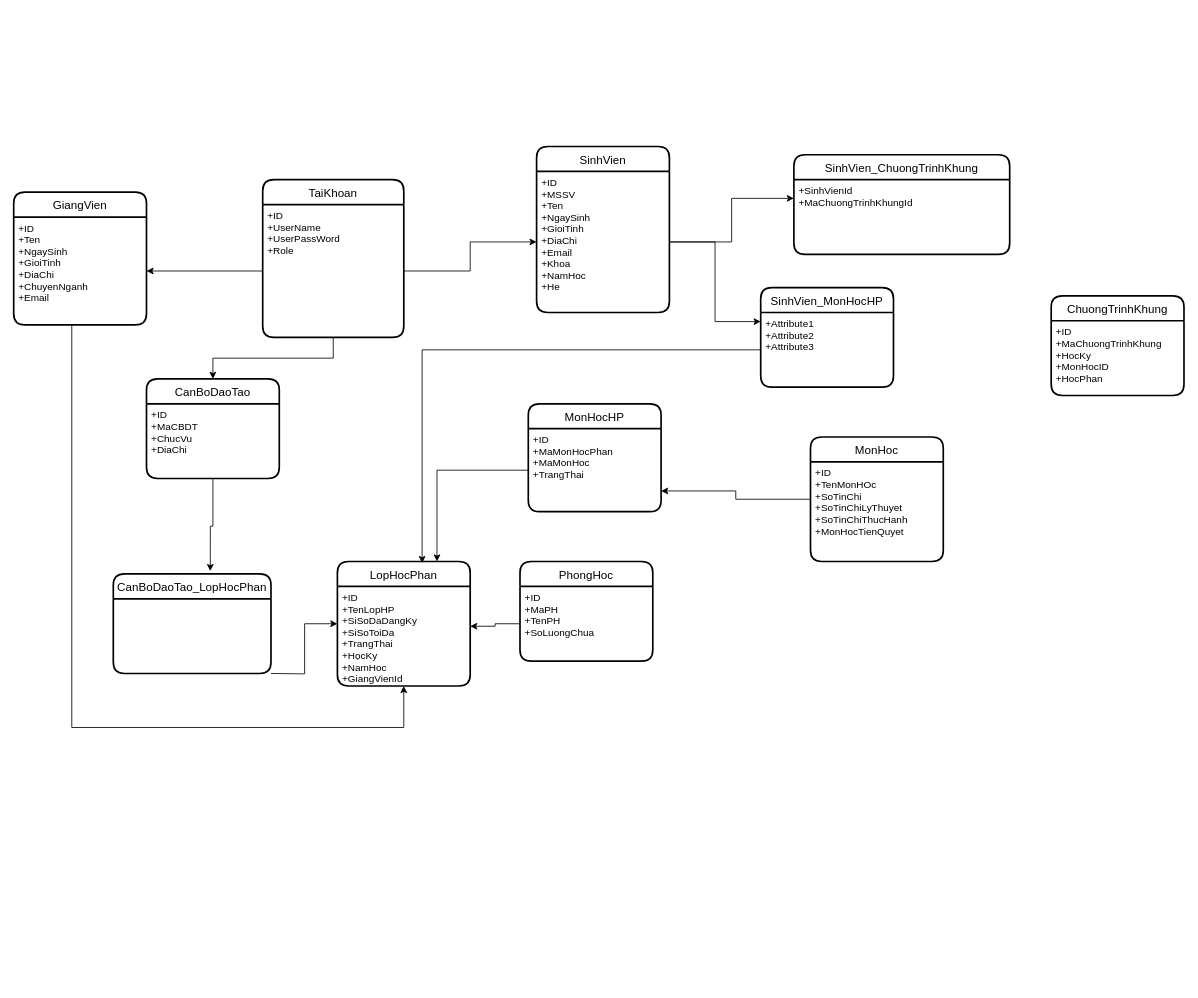
TruongDangQuang1998/PTUD keeps this draw.io diagram as 20201110Class.drawio. Above is the earlier version. Source tidied: cells renumbered, new cells numbered last; positions are measured from the earlier drawing's top-left corner, leaving out a move shared by most shapes. Both pictures are drawn from the tidied source at 83%, with x=0, y=0 at pixel (13, 146).
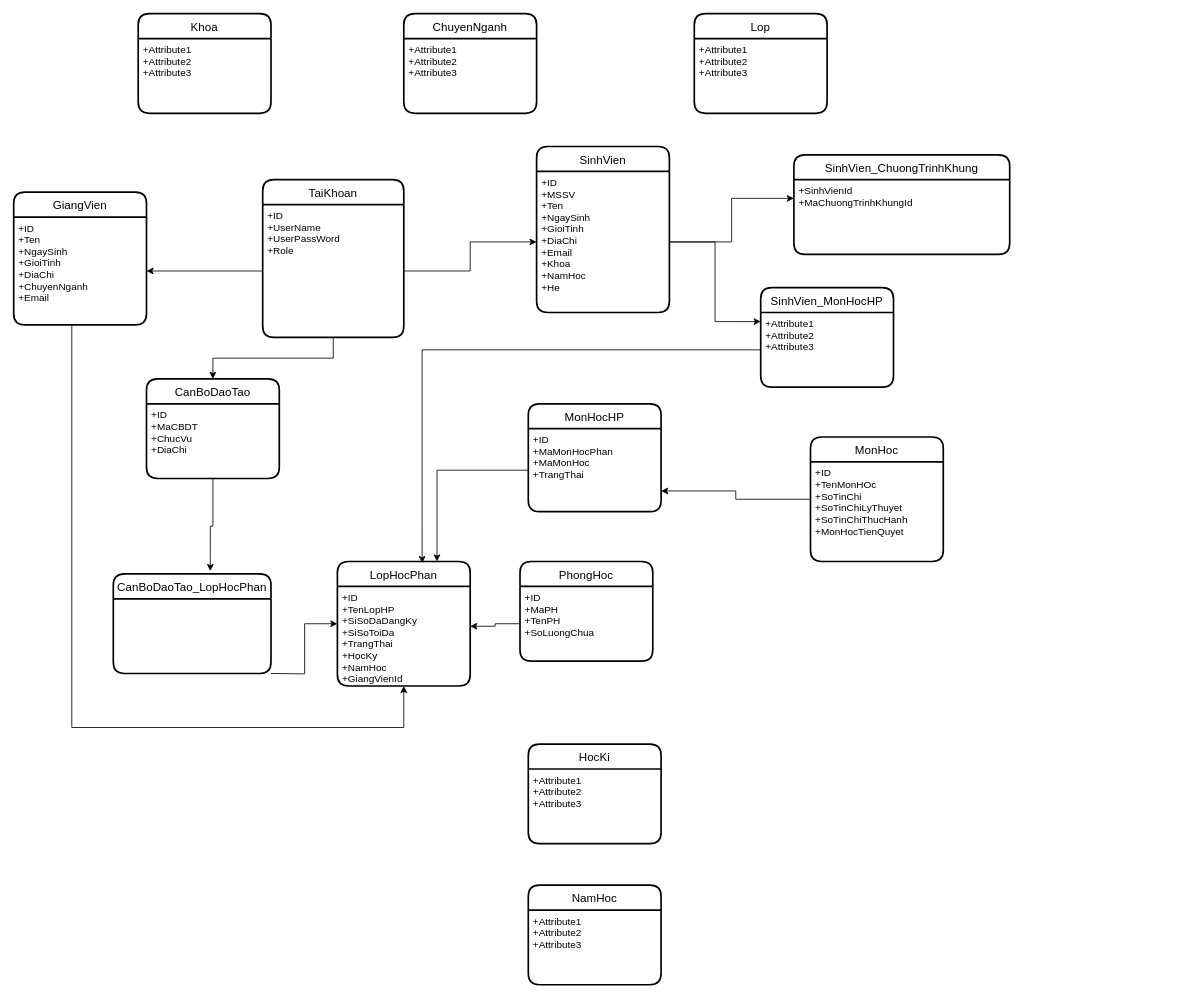
The same diagram, later.

What changed in the source:
```diff
@@
-    <mxCell id="19" value="ChuongTrinhKhung" style="swimlane;horizontal=1;startSize=30;rounded=1;fontSize=14;fontStyle=0;strokeWidth=2;shadow=0;dashed=0;align=center;" parent="1" vertex="1">
-      <mxGeometry x="1250" y="180" width="160" height="120" as="geometry" />
-    </mxCell>
-    <mxCell id="20" value="+ID&#10;+MaChuongTrinhKhung&#10;+HocKy&#10;+MonHocID&#10;+HocPhan" style="align=left;strokeColor=none;fillColor=none;spacingLeft=4;fontSize=12;verticalAlign=top;" parent="19" vertex="1">
-      <mxGeometry y="30" width="160" height="90" as="geometry" />
-    </mxCell>
@@
+    <mxCell id="37" value="Khoa" style="swimlane;horizontal=1;startSize=30;rounded=1;fontSize=14;fontStyle=0;strokeWidth=2;shadow=0;dashed=0;align=center;" parent="1" vertex="1">
+      <mxGeometry x="150" y="-160" width="160" height="120" as="geometry" />
+    </mxCell>
+    <mxCell id="38" value="+Attribute1&#10;+Attribute2&#10;+Attribute3" style="align=left;strokeColor=none;fillColor=none;spacingLeft=4;fontSize=12;verticalAlign=top;" parent="37" vertex="1">
+      <mxGeometry y="30" width="160" height="90" as="geometry" />
+    </mxCell>
+    <mxCell id="39" value="ChuyenNganh" style="swimlane;horizontal=1;startSize=30;rounded=1;fontSize=14;fontStyle=0;strokeWidth=2;shadow=0;dashed=0;align=center;" parent="1" vertex="1">
+      <mxGeometry x="470" y="-160" width="160" height="120" as="geometry" />
+    </mxCell>
+    <mxCell id="40" value="+Attribute1&#10;+Attribute2&#10;+Attribute3" style="align=left;strokeColor=none;fillColor=none;spacingLeft=4;fontSize=12;verticalAlign=top;" parent="39" vertex="1">
+      <mxGeometry y="30" width="160" height="90" as="geometry" />
+    </mxCell>
+    <mxCell id="41" value="Lop" style="swimlane;horizontal=1;startSize=30;rounded=1;fontSize=14;fontStyle=0;strokeWidth=2;shadow=0;dashed=0;align=center;" parent="1" vertex="1">
+      <mxGeometry x="820" y="-160" width="160" height="120" as="geometry" />
+    </mxCell>
+    <mxCell id="42" value="+Attribute1&#10;+Attribute2&#10;+Attribute3" style="align=left;strokeColor=none;fillColor=none;spacingLeft=4;fontSize=12;verticalAlign=top;" parent="41" vertex="1">
+      <mxGeometry y="30" width="160" height="90" as="geometry" />
+    </mxCell>
+    <mxCell id="43" value="NamHoc" style="swimlane;horizontal=1;startSize=30;rounded=1;fontSize=14;fontStyle=0;strokeWidth=2;shadow=0;dashed=0;align=center;" parent="1" vertex="1">
+      <mxGeometry x="620" y="890" width="160" height="120" as="geometry" />
+    </mxCell>
+    <mxCell id="44" value="+Attribute1&#10;+Attribute2&#10;+Attribute3" style="align=left;strokeColor=none;fillColor=none;spacingLeft=4;fontSize=12;verticalAlign=top;" parent="43" vertex="1">
+      <mxGeometry y="30" width="160" height="90" as="geometry" />
+    </mxCell>
+    <mxCell id="45" value="HocKi" style="swimlane;horizontal=1;startSize=30;rounded=1;fontSize=14;fontStyle=0;strokeWidth=2;shadow=0;dashed=0;align=center;" parent="1" vertex="1">
+      <mxGeometry x="620" y="720" width="160" height="120" as="geometry" />
+    </mxCell>
+    <mxCell id="46" value="+Attribute1&#10;+Attribute2&#10;+Attribute3" style="align=left;strokeColor=none;fillColor=none;spacingLeft=4;fontSize=12;verticalAlign=top;" parent="45" vertex="1">
+      <mxGeometry y="30" width="160" height="90" as="geometry" />
+    </mxCell>
```
